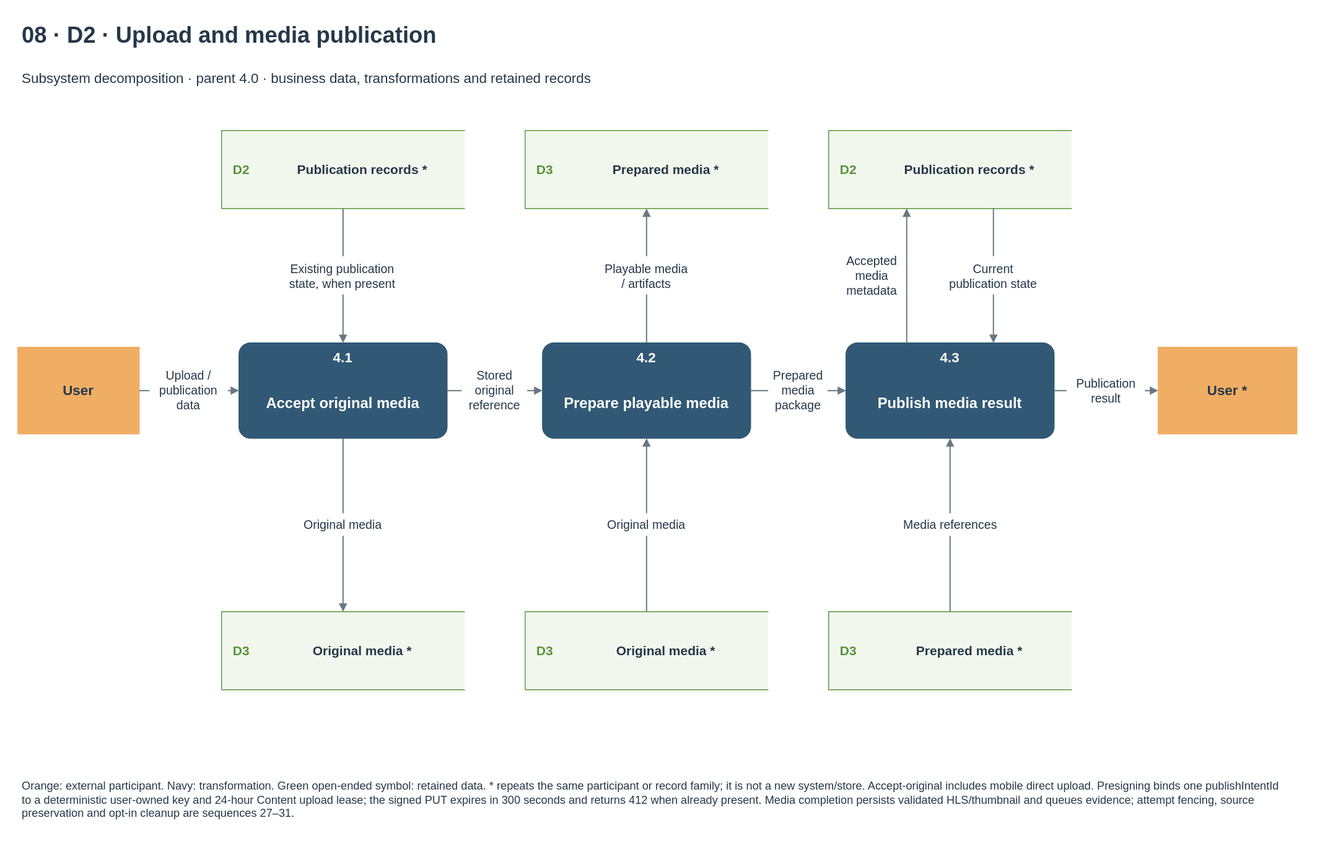
Above: docs/diagrams/velora-current/importable-svg/08-dfd-media.drawio.svg in HieuCuteDangYeu/velora-backend (draw.io), before the change. Source tidied: cells renumbered, new cells last; positions are measured from the earlier drawing's top-left corner, leaving out a move shared by most shapes.
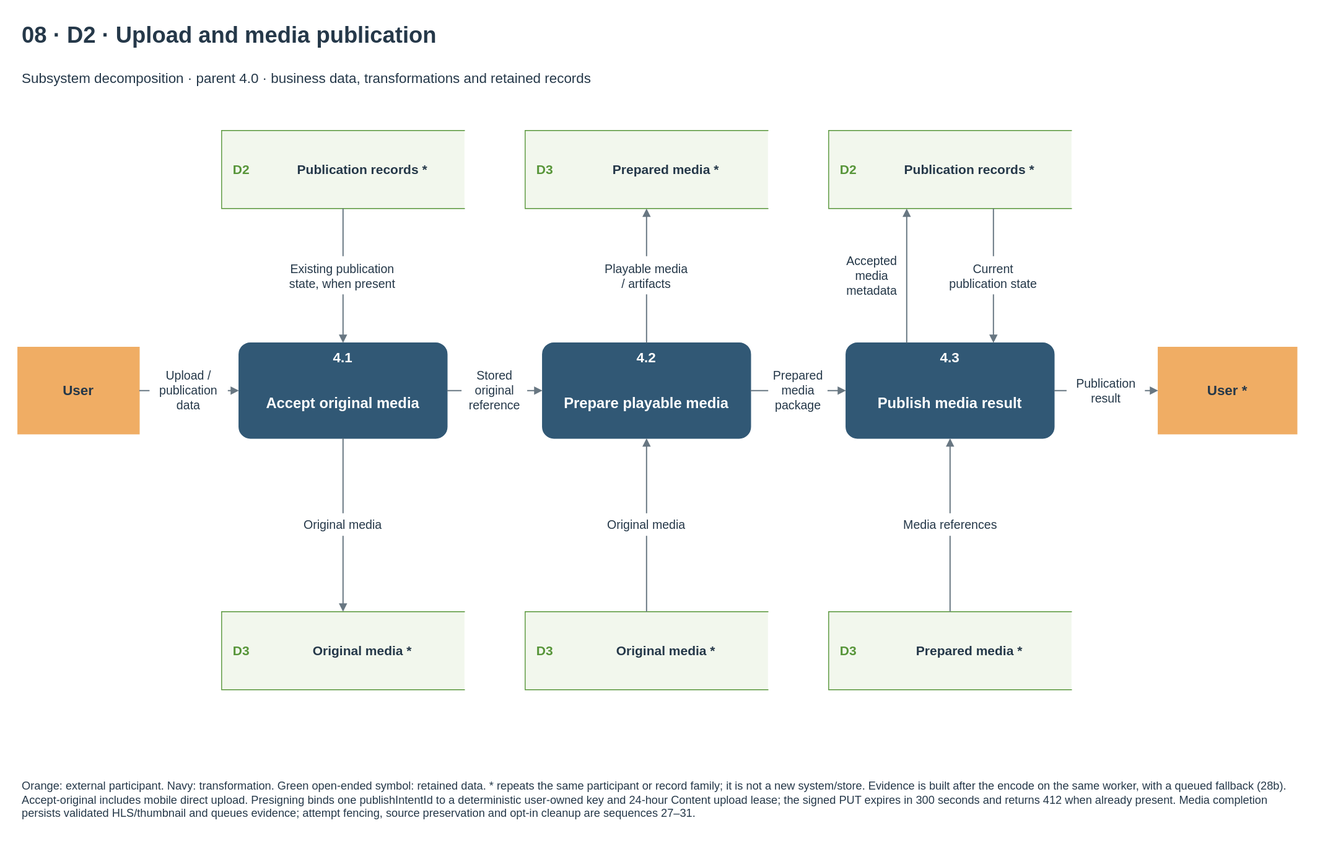
Later version of the same file.

Diff of the diagram source:
```diff
@@ -200,7 +200,7 @@
     <mxCell id="67" value="Media references" style="text;html=1;whiteSpace=wrap;fontFamily=Arial;fontSize=14;fontColor=#253849;fontStyle=0;align=center;verticalAlign=middle;spacing=0;" parent="1" vertex="1">
       <mxGeometry x="1011.6" y="572" width="126.8" height="26" as="geometry" />
     </mxCell>
-    <mxCell id="68" value="Orange: external participant. Navy: transformation. Green open-ended symbol: retained data. * repeats the same participant or record family; it is not a new system/store. Accept-original includes mobile direct upload. Presigning binds one publishIntentId to a deterministic user-owned key and 24-hour Content upload lease; the signed PUT expires in 300 seconds and returns 412 when already present. Media completion persists validated HLS/thumbnail and queues evidence; attempt fencing, source preservation and opt-in cleanup are sequences 27–31." style="text;html=1;whiteSpace=wrap;fontFamily=Arial;fontSize=13;fontColor=#253849;fontStyle=0;align=left;verticalAlign=middle;spacing=0;" parent="1" vertex="1">
+    <mxCell id="68" value="Orange: external participant. Navy: transformation. Green open-ended symbol: retained data. * repeats the same participant or record family; it is not a new system/store. Evidence is built after the encode on the same worker, with a queued fallback (28b). Accept-original includes mobile direct upload. Presigning binds one publishIntentId to a deterministic user-owned key and 24-hour Content upload lease; the signed PUT expires in 300 seconds and returns 412 when already present. Media completion persists validated HLS/thumbnail and queues evidence; attempt fencing, source preservation and opt-in cleanup are sequences 27–31." style="text;html=1;whiteSpace=wrap;fontFamily=Arial;fontSize=13;fontColor=#253849;fontStyle=0;align=left;verticalAlign=middle;spacing=0;" parent="1" vertex="1">
       <mxGeometry x="5" y="865" width="1460" height="74" as="geometry" />
     </mxCell>
   </root>
```
